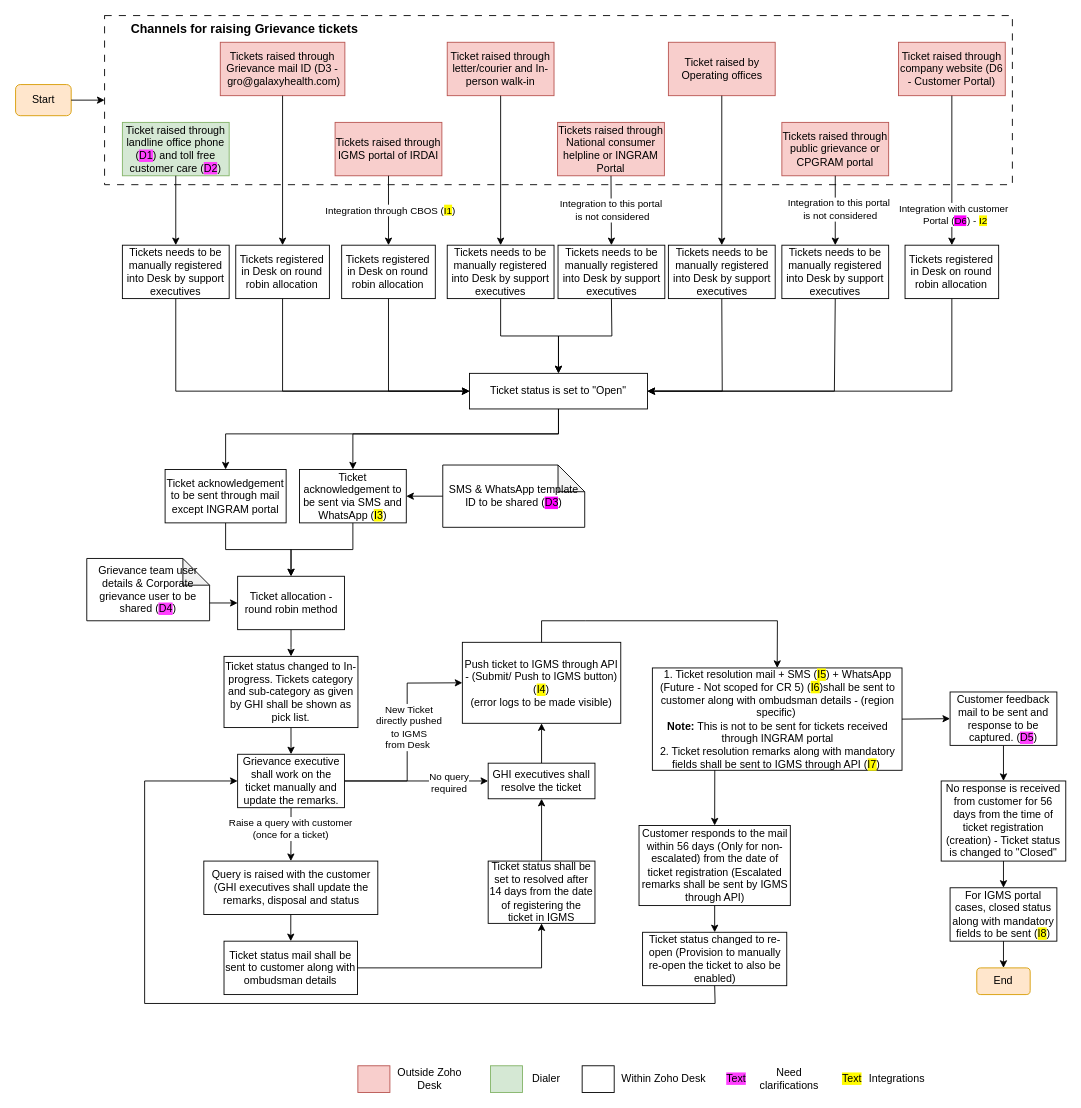
The draw.io diagram Grievance management.drawio in shaileshsreedar/Galaxy, before the edit. Source tidied: cells renumbered, new cells numbered last; positions are measured from the earlier drawing's top-left corner, leaving out a move shared by most shapes. Both pictures are drawn from the tidied source at 89%, with x=0, y=0 at pixel (15, 15).
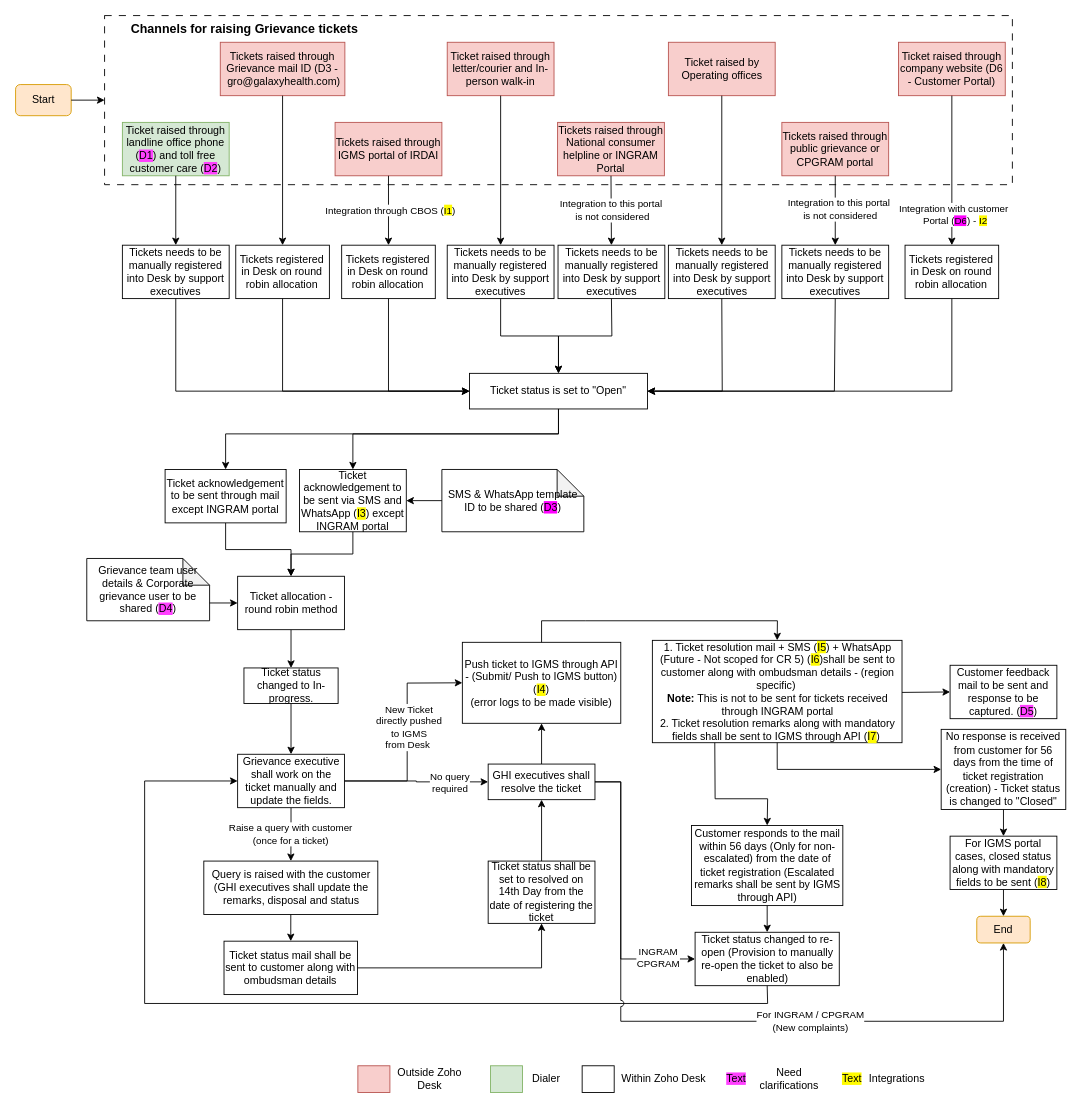
After the change.

The change refers to these unchanged cells:
```xml
<mxCell id="62" style="edgeStyle=orthogonalEdgeStyle;rounded=0;jettySize=auto;html=1;exitX=0.5;exitY=1;exitDx=0;exitDy=0;" parent="1" edge="1" source="64" target="68">
  <mxGeometry relative="1" as="geometry" />
</mxCell>
```

Change to the diagram source:
```diff
@@
-    <mxCell id="51" value="Ticket acknowledgement to be sent via SMS and WhatsApp (&lt;span style=&quot;background-color: rgb(255, 251, 0);&quot;&gt;I3&lt;/span&gt;)" style="rounded=0;whiteSpace=wrap;html=1;" parent="1" vertex="1">
-      <mxGeometry x="319" y="510" width="120" height="60" as="geometry" />
+    <mxCell id="51" value="Ticket acknowledgement to be sent via SMS and WhatsApp (&lt;span style=&quot;background-color: rgb(255, 251, 0);&quot;&gt;I3&lt;/span&gt;) except INGRAM portal" style="rounded=0;whiteSpace=wrap;html=1;" parent="1" vertex="1">
+      <mxGeometry x="319" y="510" width="120" height="70" as="geometry" />
     </mxCell>
     <mxCell id="52" value="SMS &amp;amp; WhatsApp template ID to be shared (&lt;span style=&quot;background-color: rgb(255, 0, 255);&quot;&gt;D3&lt;/span&gt;)" style="shape=note;whiteSpace=wrap;html=1;backgroundOutline=1;darkOpacity=0.05;" parent="1" vertex="1">
-      <mxGeometry x="480" y="505" width="159.5" height="70" as="geometry" />
+      <mxGeometry x="479" y="510" width="159.5" height="70" as="geometry" />
     </mxCell>
@@
-    <mxCell id="59" value="Ticket status changed to In-progress. Tickets category and sub-category as given by GHI shall be shown as pick list." style="rounded=0;whiteSpace=wrap;html=1;" parent="1" vertex="1">
-      <mxGeometry x="234.2" y="720" width="150.5" height="80" as="geometry" />
+    <mxCell id="59" value="Ticket status changed to In-progress." style="rounded=0;whiteSpace=wrap;html=1;" parent="1" vertex="1">
+      <mxGeometry x="256.6" y="733" width="105.8" height="40" as="geometry" />
     </mxCell>
@@
     <mxCell id="63" value="Raise a query with customer&lt;div&gt;(once for a ticket)&lt;/div&gt;" style="edgeLabel;html=1;align=center;verticalAlign=middle;" parent="62" vertex="1">
-      <mxGeometry x="-0.25" y="-1" relative="1" as="geometry" />
+      <mxGeometry x="-0.25" y="-1" relative="1" as="geometry">
+        <mxPoint y="6" as="offset" />
+      </mxGeometry>
     </mxCell>
-    <mxCell id="64" value="Grievance executive shall work on the ticket manually and update the remarks." style="rounded=0;whiteSpace=wrap;html=1;" parent="1" vertex="1">
+    <mxCell id="64" value="Grievance executive shall work on the ticket manually and update the fields." style="rounded=0;whiteSpace=wrap;html=1;" parent="1" vertex="1">
       <mxGeometry x="249.5" y="830" width="120" height="60" as="geometry" />
     </mxCell>
@@
     <mxCell id="66" value="GHI executives shall resolve the ticket" style="rounded=0;whiteSpace=wrap;html=1;" parent="1" vertex="1">
-      <mxGeometry x="531" y="840" width="120" height="40" as="geometry" />
+      <mxGeometry x="531" y="841" width="120" height="40" as="geometry" />
     </mxCell>
     <mxCell id="67" value="1. Ticket resolution mail + SMS (&lt;span style=&quot;background-color: rgb(255, 251, 0);&quot;&gt;I5&lt;/span&gt;) + WhatsApp (Future - Not scoped for CR 5) (&lt;span style=&quot;background-color: rgb(255, 251, 0);&quot;&gt;I6&lt;/span&gt;)shall be sent to customer along with ombudsman details - (region specific)&amp;nbsp;&lt;div&gt;&lt;b&gt;Note:&lt;/b&gt; This is not to be sent for tickets received through INGRAM portal&lt;br&gt;&lt;div&gt;2. Ticket resolution remarks along with mandatory fields shall be sent to IGMS through API (&lt;span style=&quot;background-color: rgb(255, 251, 0);&quot;&gt;I7&lt;/span&gt;)&amp;nbsp;&lt;br&gt;&lt;/div&gt;&lt;/div&gt;" style="rounded=0;whiteSpace=wrap;html=1;" parent="1" vertex="1">
-      <mxGeometry x="715.5" y="733" width="280.5" height="115" as="geometry" />
+      <mxGeometry x="715.5" y="702" width="280.5" height="115" as="geometry" />
     </mxCell>
@@
-    <mxCell id="71" value="Ticket status shall be set to resolved after 14 days from the date of registering the ticket in IGMS" style="rounded=0;whiteSpace=wrap;html=1;" parent="1" vertex="1">
+    <mxCell id="71" value="Ticket status shall be set to resolved on 14th Day from the date of registering the ticket" style="rounded=0;whiteSpace=wrap;html=1;" parent="1" vertex="1">
       <mxGeometry x="531" y="950" width="120" height="70" as="geometry" />
     </mxCell>
@@
-    <mxCell id="73" style="edgeStyle=orthogonalEdgeStyle;rounded=0;jettySize=auto;html=1;exitX=0.5;exitY=1;exitDx=0;exitDy=0;" parent="1" edge="1" source="74" target="85">
+    <mxCell id="73" style="edgeStyle=orthogonalEdgeStyle;rounded=0;jettySize=auto;html=1;exitX=0.5;exitY=1;exitDx=0;exitDy=0;entryX=0;entryY=0.5;entryDx=0;entryDy=0;" parent="1" edge="1" source="67" target="85">
       <mxGeometry relative="1" as="geometry" />
     </mxCell>
     <mxCell id="74" value="Customer feedback mail to be sent and response to be captured. (&lt;span style=&quot;background-color: rgb(255, 64, 255);&quot;&gt;D5&lt;/span&gt;)" style="rounded=0;whiteSpace=wrap;html=1;" parent="1" vertex="1">
-      <mxGeometry x="1050" y="760" width="120" height="60" as="geometry" />
+      <mxGeometry x="1050" y="730" width="120" height="60" as="geometry" />
     </mxCell>
-    <mxCell id="75" style="endArrow=classic;html=1;rounded=0;exitX=1;exitY=0.5;exitDx=0;exitDy=0;entryX=0;entryY=0.5;entryDx=0;entryDy=0;" parent="1" edge="1" source="67" target="74">
-      <mxGeometry relative="1" as="geometry" />
+    <mxCell id="75" style="endArrow=classic;html=1;rounded=0;exitX=1;exitY=0.5;exitDx=0;exitDy=0;entryX=0;entryY=0.5;entryDx=0;entryDy=0;" parent="1" edge="1" target="74">
+      <mxGeometry relative="1" as="geometry">
+        <mxPoint x="996" y="760.5" as="sourcePoint" />
+      </mxGeometry>
     </mxCell>
@@
     <mxCell id="77" value="Customer responds to the mail within 56 days (Only for non-escalated) from the date of ticket registration (Escalated remarks shall be sent by IGMS through API)" style="rounded=0;whiteSpace=wrap;html=1;" parent="1" vertex="1">
-      <mxGeometry x="700.5" y="910" width="170" height="90" as="geometry" />
+      <mxGeometry x="759.5" y="910" width="170" height="90" as="geometry" />
     </mxCell>
     <mxCell id="78" style="endArrow=classic;html=1;rounded=0;entryX=0.5;entryY=0;entryDx=0;entryDy=0;exitX=0.25;exitY=1;exitDx=0;exitDy=0;" parent="1" edge="1" source="67" target="77">
-      <mxGeometry relative="1" as="geometry" />
+      <mxGeometry relative="1" as="geometry">
+        <Array as="points">
+          <mxPoint x="786" y="880" />
+          <mxPoint x="845" y="880" />
+        </Array>
+      </mxGeometry>
     </mxCell>
     <mxCell id="79" value="Ticket status changed to re-open (Provision to manually re-open the ticket to also be enabled)" style="rounded=0;whiteSpace=wrap;html=1;" parent="1" vertex="1">
-      <mxGeometry x="704.5" y="1030" width="162" height="60" as="geometry" />
+      <mxGeometry x="763.5" y="1030" width="162" height="60" as="geometry" />
     </mxCell>
@@
     <mxCell id="81" style="endArrow=classic;html=1;rounded=0;exitX=0.5;exitY=1;exitDx=0;exitDy=0;entryX=0;entryY=0.5;entryDx=0;entryDy=0;" parent="1" edge="1" source="79" target="64">
       <mxGeometry relative="1" as="geometry">
         <Array as="points">
-          <mxPoint x="786" y="1110" />
+          <mxPoint x="845" y="1110" />
           <mxPoint x="145" y="1110" />
           <mxPoint x="145" y="860" />
         </Array>
       </mxGeometry>
     </mxCell>
@@
     <mxCell id="85" value="No response is received from customer for 56 days from the time of ticket registration (creation) - Ticket status is changed to &quot;Closed&quot;" style="rounded=0;whiteSpace=wrap;html=1;" parent="1" vertex="1">
-      <mxGeometry x="1040" y="860" width="140" height="90" as="geometry" />
+      <mxGeometry x="1040" y="802" width="140" height="90" as="geometry" />
     </mxCell>
     <mxCell id="86" value="End" style="rounded=1;whiteSpace=wrap;html=1;fillColor=#ffe6cc;strokeColor=#d79b00;" parent="1" vertex="1">
-      <mxGeometry x="1080" y="1070" width="60" height="30" as="geometry" />
+      <mxGeometry x="1080" y="1012" width="60" height="30" as="geometry" />
     </mxCell>
@@
     <mxCell id="88" value="For IGMS portal cases, closed status along with mandatory fields to be sent (&lt;span style=&quot;background-color: rgb(255, 251, 0);&quot;&gt;I8&lt;/span&gt;)" style="rounded=0;whiteSpace=wrap;html=1;" parent="1" vertex="1">
-      <mxGeometry x="1050" y="980" width="120" height="60" as="geometry" />
+      <mxGeometry x="1050" y="922" width="120" height="60" as="geometry" />
     </mxCell>
@@
+    <mxCell id="97" style="endArrow=classic;html=1;rounded=0;exitX=1;exitY=0.5;exitDx=0;exitDy=0;entryX=0.5;entryY=1;entryDx=0;entryDy=0;jumpStyle=arc;jumpSize=7;" parent="1" edge="1" source="66" target="86">
+      <mxGeometry relative="1" as="geometry">
+        <Array as="points">
+          <mxPoint x="680" y="861" />
+          <mxPoint x="680" y="1130" />
+          <mxPoint x="1110" y="1130" />
+        </Array>
+      </mxGeometry>
+    </mxCell>
+    <mxCell id="98" value="For INGRAM / CPGRAM&lt;div&gt;(New complaints)&lt;/div&gt;" style="edgeLabel;html=1;align=center;verticalAlign=middle;" parent="97" vertex="1">
+      <mxGeometry x="0.25" y="1" relative="1" as="geometry" />
+    </mxCell>
+    <mxCell id="99" style="endArrow=classic;html=1;rounded=0;exitX=1;exitY=0.5;exitDx=0;exitDy=0;entryX=0;entryY=0.5;entryDx=0;entryDy=0;" parent="1" edge="1" source="66" target="79">
+      <mxGeometry relative="1" as="geometry">
+        <Array as="points">
+          <mxPoint x="680" y="861" />
+          <mxPoint x="680" y="1060" />
+        </Array>
+      </mxGeometry>
+    </mxCell>
+    <mxCell id="100" value="INGRAM&lt;div&gt;CPGRAM&lt;/div&gt;" style="edgeLabel;html=1;align=center;verticalAlign=middle;" parent="99" vertex="1">
+      <mxGeometry x="0.73" y="2" relative="1" as="geometry" />
+    </mxCell>
```
